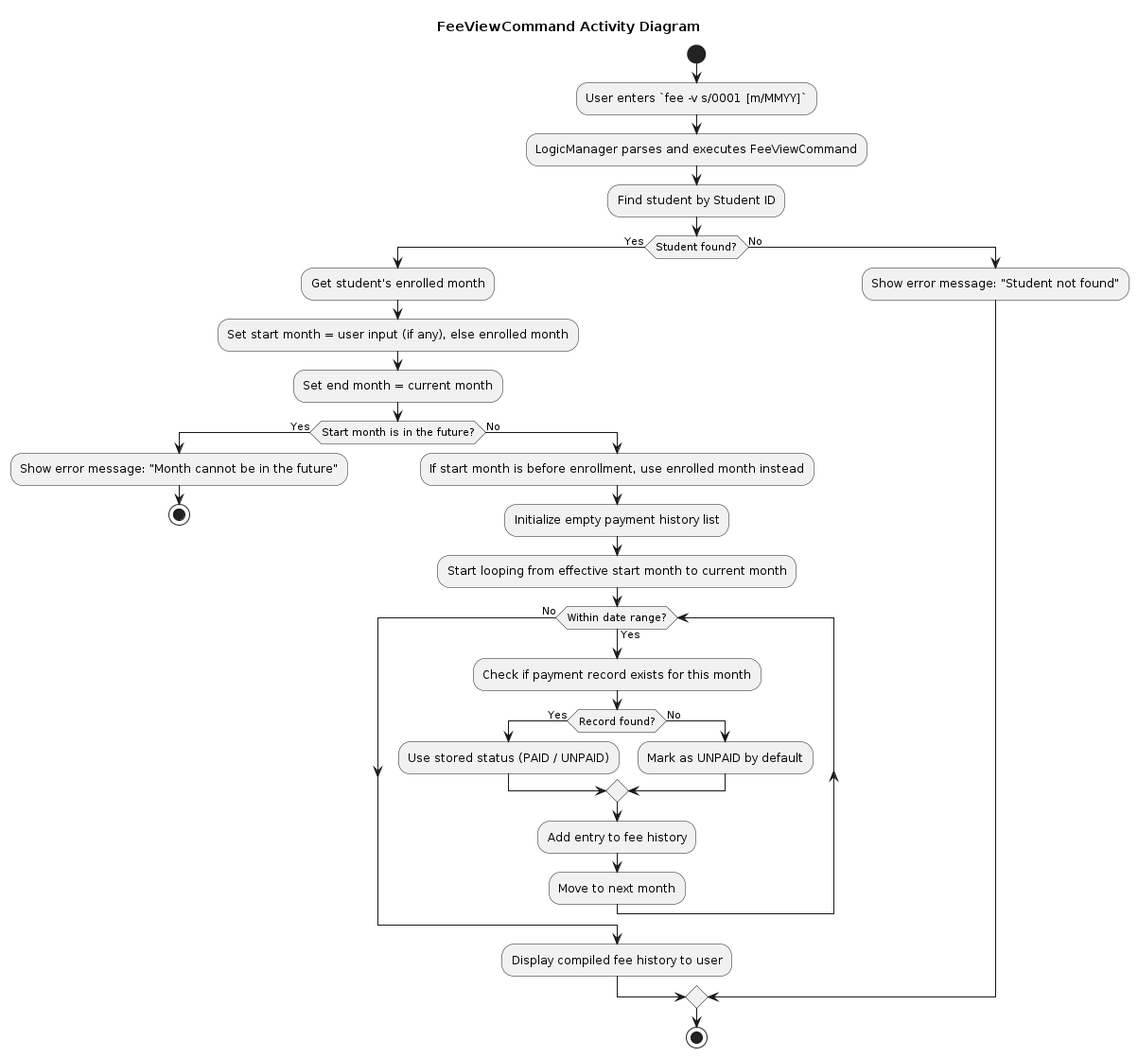
The PlantUML diagram diagrams/FeeViewActivityDiagram.png in eesyuen09/tp, before a commit. Its source is kept beside it as diagrams/FeeViewActivityDiagram.puml. The source it was exported from:
```plantuml
@startuml
!include style.puml
skinparam ArrowFontStyle plain

title FeeViewCommand Activity Diagram

start

:User enters `fee -v s/0001 [m/MMYY]`;
:LogicManager parses and executes FeeViewCommand;

:Find student by Student ID;
if (Student found?) then (Yes)
  :Get student's enrolled month;
  :Set start month = user input (if any), else enrolled month;
  :Set end month = current month;

  if (Start month is in the future?) then (Yes)
    :Show error message: "Month cannot be in the future";
    stop
  else (No)
    :If start month is before enrollment, use enrolled month instead;
    :Initialize empty payment history list;
    :Start looping from effective start month to current month;

    while (Within date range?) is (Yes)
      :Check if payment record exists for this month;
      if (Record found?) then (Yes)
        :Use stored status (PAID / UNPAID);
      else (No)
        :Mark as UNPAID by default;
      endif
      :Add entry to fee history;
      :Move to next month;
    endwhile (No)

    :Display compiled fee history to user;
  endif
else (No)
  :Show error message: "Student not found";
endif

stop
@enduml
```
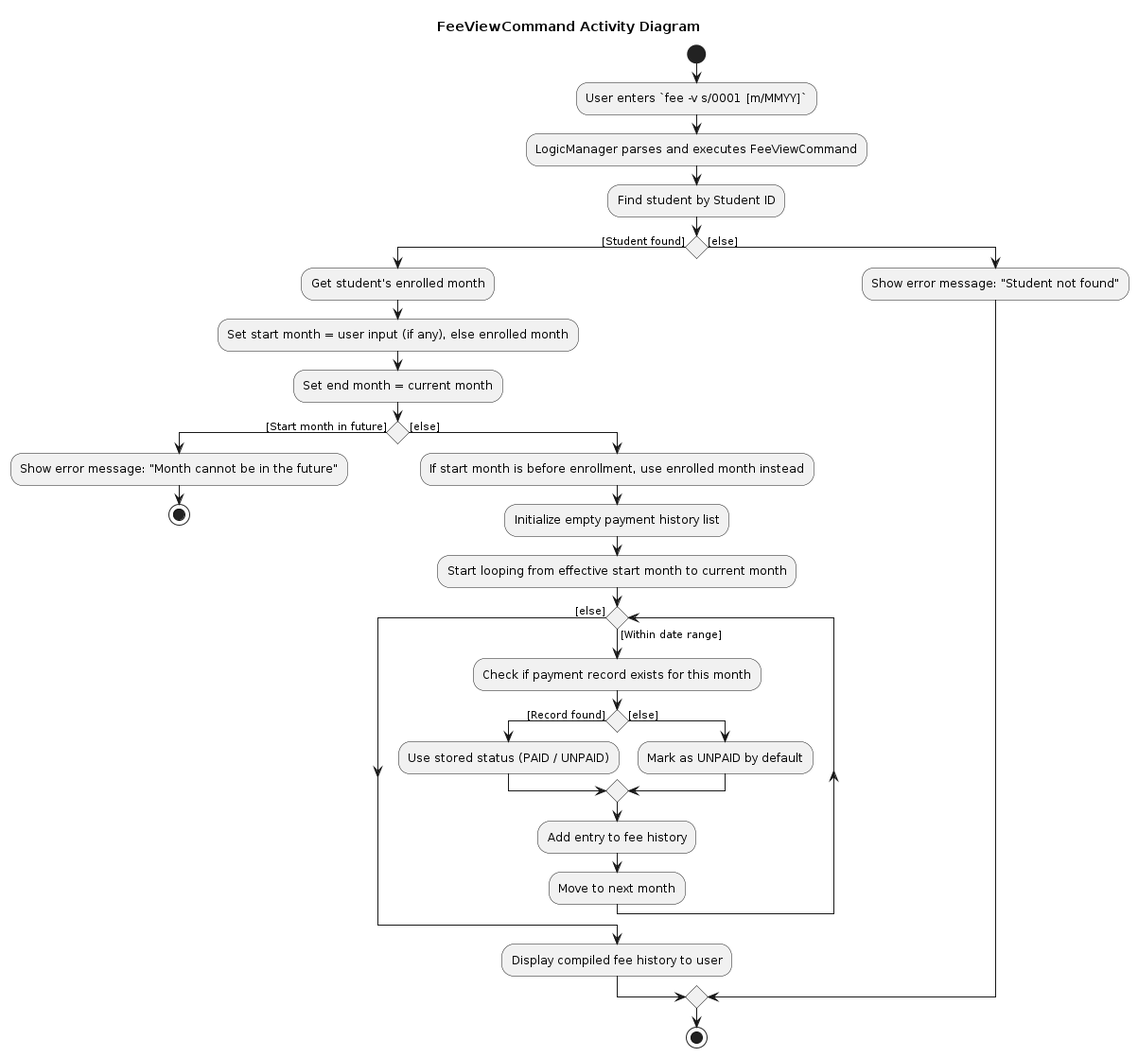
The same diagram one commit later.

Diff of the diagram source:
```diff
@@ -10,33 +10,33 @@
 :LogicManager parses and executes FeeViewCommand;
 
 :Find student by Student ID;
-if (Student found?) then (Yes)
+if () then ([Student found])
   :Get student's enrolled month;
   :Set start month = user input (if any), else enrolled month;
   :Set end month = current month;
 
-  if (Start month is in the future?) then (Yes)
+  if () then ([Start month in future])
     :Show error message: "Month cannot be in the future";
     stop
-  else (No)
+  else ([else])
     :If start month is before enrollment, use enrolled month instead;
     :Initialize empty payment history list;
     :Start looping from effective start month to current month;
 
-    while (Within date range?) is (Yes)
+    while () is ([Within date range])
       :Check if payment record exists for this month;
-      if (Record found?) then (Yes)
+      if () then ([Record found])
         :Use stored status (PAID / UNPAID);
-      else (No)
+      else ([else])
         :Mark as UNPAID by default;
       endif
       :Add entry to fee history;
       :Move to next month;
-    endwhile (No)
+    endwhile ([else])
 
     :Display compiled fee history to user;
   endif
-else (No)
+else ([else])
   :Show error message: "Student not found";
 endif
 
```
